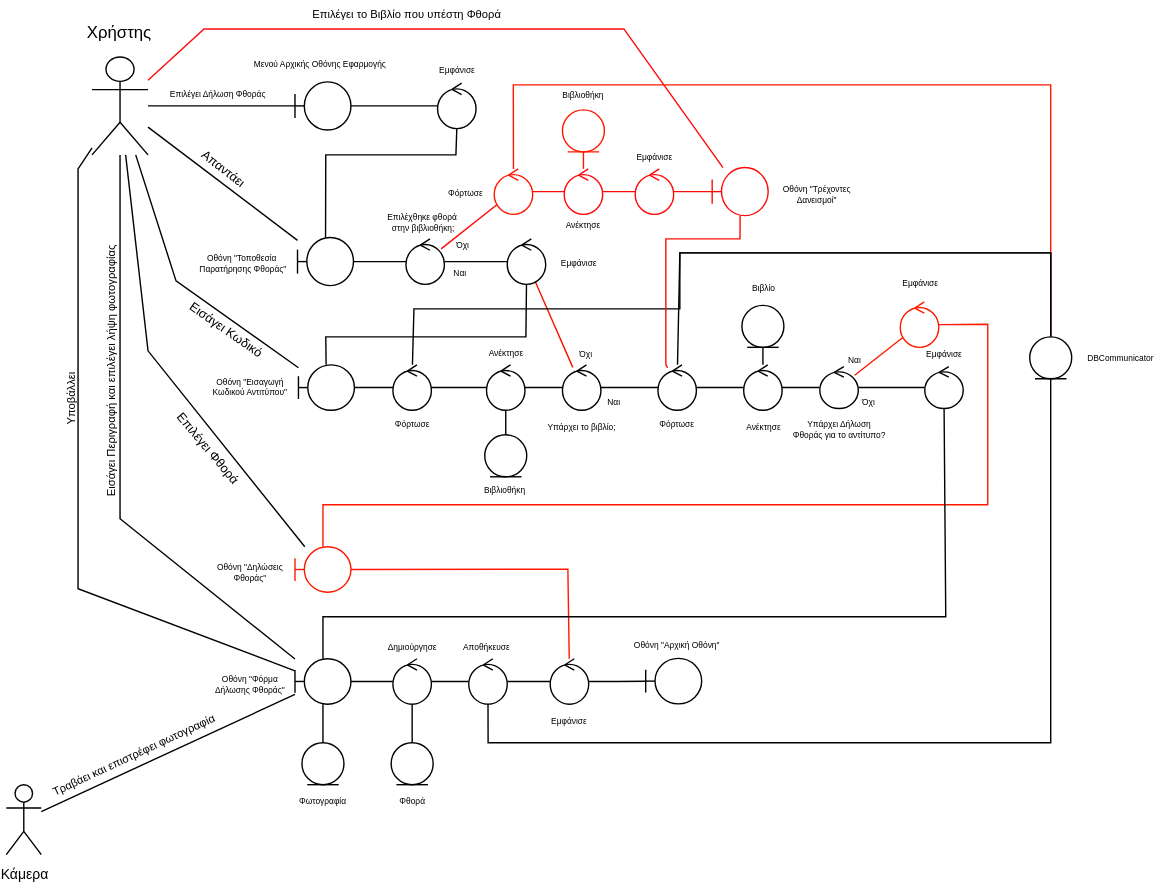
Above: 2nd Assignment/Robustness Diagrams/Robustness-Diagram-v0.1-Δήλωση Φθοράς Βιβλίου.svg in CallMeJasonYT/LibraVision (draw.io), before the change. Source tidied: cells renumbered, new cells last; positions are measured from the earlier drawing's top-left corner, leaving out a move shared by most shapes.
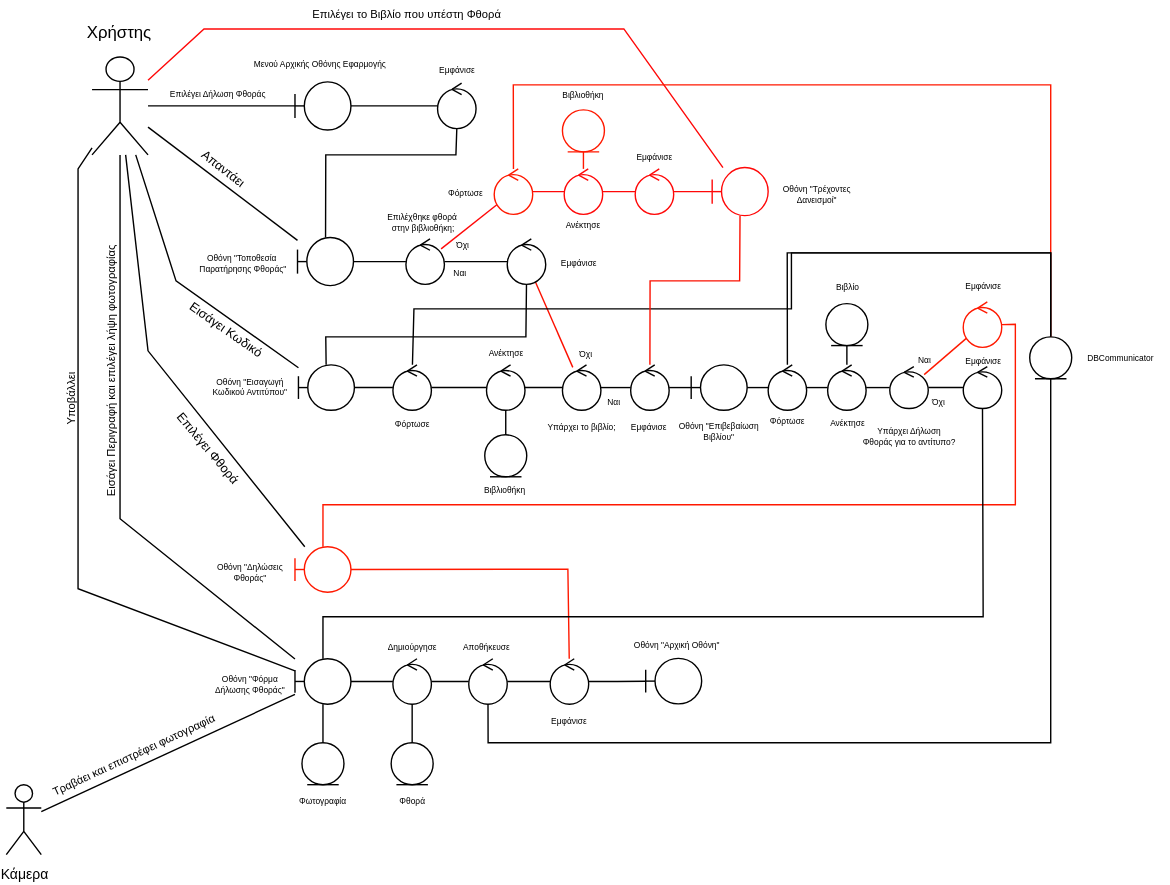
The same file after the commit.

Commit message:
Robustness-Diagram-v0.1-Δήλωση Φθοράς Βιβλίου

Diff of the diagram source:
```diff
@@ -167,7 +167,7 @@
       <mxGeometry x="463.1" y="100" width="50" height="20" as="geometry" />
     </mxCell>
     <mxCell id="52" value="&lt;font style=&quot;font-size: 6px;&quot;&gt;Εμφάνισε&lt;/font&gt;" style="text;html=1;align=center;verticalAlign=middle;strokeColor=none;fillColor=none;spacing=0;" parent="1" vertex="1">
-      <mxGeometry x="670" y="241.2" width="50" height="20" as="geometry" />
+      <mxGeometry x="697.5" y="246.2" width="50" height="20" as="geometry" />
     </mxCell>
     <mxCell id="53" style="ellipse;shape=umlControl;whiteSpace=wrap;html=1;fillColor=#FFFFFF;strokeColor=#FF0808;" parent="1" vertex="1">
       <mxGeometry x="423.6" y="120" width="27.5" height="32.5" as="geometry" />
@@ -214,31 +214,31 @@
       </mxGeometry>
     </mxCell>
     <mxCell id="66" style="ellipse;shape=umlControl;whiteSpace=wrap;html=1;" parent="1" vertex="1">
-      <mxGeometry x="490.6" y="260" width="27.5" height="32.5" as="geometry" />
+      <mxGeometry x="569.4" y="260" width="27.5" height="32.5" as="geometry" />
     </mxCell>
     <mxCell id="67" value="Φόρτωσε" style="text;html=1;align=center;verticalAlign=middle;strokeColor=none;fillColor=none;spacing=0;fontSize=6;" parent="1" vertex="1">
-      <mxGeometry x="484.4" y="292.5" width="40" height="20" as="geometry" />
+      <mxGeometry x="563.1" y="291.2" width="40" height="20" as="geometry" />
     </mxCell>
     <mxCell id="68" style="ellipse;shape=umlControl;whiteSpace=wrap;html=1;fillColor=#FFFFFF;strokeColor=#000000;" parent="1" vertex="1">
-      <mxGeometry x="551.9" y="260" width="27.5" height="32.5" as="geometry" />
+      <mxGeometry x="611.9" y="260" width="27.5" height="32.5" as="geometry" />
     </mxCell>
     <mxCell id="69" value="&lt;span style=&quot;font-size: 6px;&quot;&gt;Ανέκτησε&lt;/span&gt;" style="text;html=1;align=center;verticalAlign=middle;strokeColor=none;fillColor=none;spacing=0;" parent="1" vertex="1">
-      <mxGeometry x="545.6" y="292.5" width="40" height="20" as="geometry" />
+      <mxGeometry x="605.6" y="290" width="40" height="20" as="geometry" />
     </mxCell>
     <mxCell id="70" style="ellipse;shape=umlEntity;whiteSpace=wrap;html=1;strokeColor=#000000;" parent="1" vertex="1">
-      <mxGeometry x="550.6" y="217.5" width="30" height="30" as="geometry" />
+      <mxGeometry x="610.6" y="216.2" width="30" height="30" as="geometry" />
     </mxCell>
     <mxCell id="71" style="edgeStyle=none;rounded=0;jettySize=auto;html=1;strokeColor=#000000;endArrow=none;endFill=0;" parent="1" edge="1" source="68" target="70">
       <mxGeometry relative="1" as="geometry" />
     </mxCell>
     <mxCell id="72" value="Βιβλίο" style="text;html=1;align=center;verticalAlign=middle;strokeColor=none;fillColor=none;fontSize=6;" parent="1" vertex="1">
-      <mxGeometry x="545.6" y="196.2" width="40" height="20" as="geometry" />
+      <mxGeometry x="605.6" y="195" width="40" height="20" as="geometry" />
     </mxCell>
     <mxCell id="73" style="edgeStyle=none;rounded=0;jettySize=auto;html=1;endArrow=none;endFill=0;" parent="1" edge="1" source="68" target="66">
       <mxGeometry relative="1" as="geometry" />
     </mxCell>
     <mxCell id="74" value="&lt;span style=&quot;font-size: 6px;&quot;&gt;Υπάρχει Δήλωση&lt;/span&gt;&lt;div style=&quot;line-height: 0%;&quot;&gt;&lt;span style=&quot;font-size: 6px;&quot;&gt;Φθοράς για το αντίτυπο?&lt;/span&gt;&lt;/div&gt;" style="text;html=1;align=center;verticalAlign=middle;strokeColor=none;fillColor=none;spacing=0;" parent="1" vertex="1">
-      <mxGeometry x="575" y="287.5" width="90" height="30" as="geometry" />
+      <mxGeometry x="625" y="292.5" width="90" height="30" as="geometry" />
     </mxCell>
     <mxCell id="75" style="edgeStyle=none;rounded=0;jettySize=auto;html=1;strokeColor=#FF1900;endArrow=none;endFill=0;" parent="1" edge="1" source="86" target="27">
       <mxGeometry relative="1" as="geometry">
@@ -265,9 +265,6 @@
     <mxCell id="81" value="&lt;font style=&quot;font-size: 6px;&quot;&gt;Εμφάνισε&lt;/font&gt;" style="text;html=1;align=center;verticalAlign=middle;strokeColor=none;fillColor=none;spacing=0;" parent="1" vertex="1">
       <mxGeometry x="408.6" y="176.2" width="50" height="20" as="geometry" />
     </mxCell>
-    <mxCell id="82" style="edgeStyle=none;rounded=0;jettySize=auto;html=1;endArrow=none;endFill=0;" parent="1" edge="1" source="18" target="66">
-      <mxGeometry relative="1" as="geometry" />
-    </mxCell>
     <mxCell id="83" style="edgeStyle=none;rounded=0;jettySize=auto;html=1;endArrow=none;endFill=0;" parent="1" edge="1" source="90" target="68">
       <mxGeometry relative="1" as="geometry" />
     </mxCell>
@@ -284,23 +281,23 @@
       <mxGeometry x="163.7" y="390" width="70" height="30" as="geometry" />
     </mxCell>
     <mxCell id="88" value="&lt;font style=&quot;font-size: 6px;&quot;&gt;Εμφάνισε&lt;/font&gt;" style="text;html=1;align=center;verticalAlign=middle;strokeColor=none;fillColor=none;" parent="1" vertex="1">
-      <mxGeometry x="652.5" y="185" width="50" height="30" as="geometry" />
+      <mxGeometry x="697.5" y="187.5" width="50" height="30" as="geometry" />
     </mxCell>
     <mxCell id="89" style="ellipse;shape=umlControl;whiteSpace=wrap;html=1;strokeColor=#FF1900;" parent="1" vertex="1">
-      <mxGeometry x="663.8" y="215" width="27.5" height="32.5" as="geometry" />
+      <mxGeometry x="708.8" y="215" width="27.5" height="32.5" as="geometry" />
     </mxCell>
     <mxCell id="90" style="ellipse;shape=umlControl;whiteSpace=wrap;html=1;" parent="1" vertex="1">
-      <mxGeometry x="606.3" y="261.2" width="27.5" height="30" as="geometry" />
+      <mxGeometry x="656.3" y="261.2" width="27.5" height="30" as="geometry" />
     </mxCell>
     <mxCell id="91" style="ellipse;shape=umlControl;whiteSpace=wrap;html=1;" parent="1" vertex="1">
-      <mxGeometry x="681.3" y="261.2" width="27.5" height="30" as="geometry" />
+      <mxGeometry x="708.8" y="261.2" width="27.5" height="30" as="geometry" />
     </mxCell>
     <mxCell id="92" style="edgeStyle=none;rounded=0;jettySize=auto;html=1;endArrow=none;endFill=0;strokeColor=#FF1900;" parent="1" edge="1" source="86" target="89">
       <mxGeometry relative="1" as="geometry">
         <Array as="points">
           <mxPoint x="251.3" y="360" />
-          <mxPoint x="726.3" y="360" />
-          <mxPoint x="726.3" y="231" />
+          <mxPoint x="746" y="360" />
+          <mxPoint x="746" y="231" />
         </Array>
       </mxGeometry>
     </mxCell>
@@ -317,7 +314,7 @@
     <mxCell id="95" style="edgeStyle=none;rounded=0;jettySize=auto;html=1;endArrow=none;endFill=0;" parent="1" edge="1" source="91" target="96">
       <mxGeometry relative="1" as="geometry">
         <Array as="points">
-          <mxPoint x="696.3" y="440" />
+          <mxPoint x="723" y="440" />
           <mxPoint x="251.3" y="440" />
         </Array>
       </mxGeometry>
@@ -350,10 +347,10 @@
       <mxGeometry x="41.8" y="275" width="60" height="20" as="geometry" />
     </mxCell>
     <mxCell id="102" value="&lt;font style=&quot;font-size: 6px;&quot;&gt;Ναι&lt;/font&gt;" style="text;html=1;align=center;verticalAlign=middle;strokeColor=none;fillColor=none;" parent="1" vertex="1">
-      <mxGeometry x="616.3" y="240" width="30" height="30" as="geometry" />
+      <mxGeometry x="666.3" y="240" width="30" height="30" as="geometry" />
     </mxCell>
     <mxCell id="103" value="&lt;font style=&quot;font-size: 6px;&quot;&gt;Όχι&lt;/font&gt;" style="text;html=1;align=center;verticalAlign=middle;strokeColor=none;fillColor=none;" parent="1" vertex="1">
-      <mxGeometry x="626.3" y="270" width="30" height="30" as="geometry" />
+      <mxGeometry x="676.3" y="270" width="30" height="30" as="geometry" />
     </mxCell>
     <mxCell id="104" style="ellipse;shape=umlControl;whiteSpace=wrap;html=1;" parent="1" vertex="1">
       <mxGeometry x="301.2" y="470" width="27.5" height="32.5" as="geometry" />
@@ -400,8 +397,8 @@
       <mxGeometry relative="1" as="geometry">
         <Array as="points">
           <mxPoint x="771.3" y="180" />
-          <mxPoint x="506.3" y="180" />
-          <mxPoint x="506.3" y="220" />
+          <mxPoint x="586" y="180" />
+          <mxPoint x="586" y="220" />
           <mxPoint x="316.3" y="220" />
         </Array>
       </mxGeometry>
@@ -409,7 +406,7 @@
     <mxCell id="117" style="edgeStyle=none;rounded=0;jettySize=auto;html=1;strokeColor=#000000;endArrow=none;endFill=0;" parent="1" edge="1" source="66" target="113">
       <mxGeometry relative="1" as="geometry">
         <Array as="points">
-          <mxPoint x="506.3" y="180" />
+          <mxPoint x="583" y="180" />
           <mxPoint x="771.3" y="180" />
         </Array>
       </mxGeometry>
@@ -422,12 +419,11 @@
         </Array>
       </mxGeometry>
     </mxCell>
-    <mxCell id="119" style="edgeStyle=none;rounded=0;jettySize=auto;html=1;fillColor=#f8cecc;strokeColor=#FC1000;endArrow=none;endFill=0;" parent="1" edge="1" source="66" target="36">
+    <mxCell id="119" style="edgeStyle=none;rounded=0;jettySize=auto;html=1;fillColor=#f8cecc;strokeColor=#FC1000;endArrow=none;endFill=0;" parent="1" edge="1" source="122" target="36">
       <mxGeometry relative="1" as="geometry">
         <Array as="points">
-          <mxPoint x="496.3" y="260" />
-          <mxPoint x="496.3" y="170" />
-          <mxPoint x="549.3" y="170" />
+          <mxPoint x="485" y="200" />
+          <mxPoint x="549" y="200" />
         </Array>
       </mxGeometry>
     </mxCell>
@@ -437,5 +433,26 @@
     <mxCell id="121" value="Χρήστης" style="text;html=1;align=center;verticalAlign=middle;whiteSpace=wrap;rounded=0;" parent="1" vertex="1">
       <mxGeometry x="76.3" y="7.8" width="60" height="30" as="geometry" />
     </mxCell>
+    <mxCell id="122" style="ellipse;shape=umlControl;whiteSpace=wrap;html=1;" parent="1" vertex="1">
+      <mxGeometry x="471.1" y="260" width="27.5" height="32.5" as="geometry" />
+    </mxCell>
+    <mxCell id="123" style="edgeStyle=none;rounded=0;jettySize=auto;html=1;endArrow=none;endFill=0;" parent="1" edge="1" source="18" target="122">
+      <mxGeometry relative="1" as="geometry" />
+    </mxCell>
+    <mxCell id="124" value="&lt;font style=&quot;font-size: 6px;&quot;&gt;Εμφάνισε&lt;/font&gt;" style="text;html=1;align=center;verticalAlign=middle;strokeColor=none;fillColor=none;spacing=0;" parent="1" vertex="1">
+      <mxGeometry x="458.6" y="292.5" width="50" height="20" as="geometry" />
+    </mxCell>
+    <mxCell id="125" style="edgeStyle=none;rounded=0;jettySize=auto;html=1;endArrow=none;endFill=0;" parent="1" edge="1" source="126" target="122">
+      <mxGeometry relative="1" as="geometry" />
+    </mxCell>
+    <mxCell id="126" style="shape=umlBoundary;whiteSpace=wrap;html=1;fontSize=10;" parent="1" vertex="1">
+      <mxGeometry x="514.4" y="260" width="40" height="32.5" as="geometry" />
+    </mxCell>
+    <mxCell id="127" style="edgeStyle=none;rounded=0;jettySize=auto;html=1;endArrow=none;endFill=0;" parent="1" edge="1" source="66" target="126">
+      <mxGeometry relative="1" as="geometry" />
+    </mxCell>
+    <mxCell id="128" value="&lt;span style=&quot;font-size: 6px;&quot;&gt;Οθόνη &quot;Επιβεβαίωση&lt;/span&gt;&lt;div&gt;&lt;span style=&quot;background-color: initial;&quot;&gt;Βιβλίου&quot;&lt;/span&gt;&lt;/div&gt;" style="text;html=1;align=center;verticalAlign=middle;strokeColor=none;fillColor=none;fontSize=6;spacing=0;" parent="1" vertex="1">
+      <mxGeometry x="494.4" y="297.5" width="80" height="20" as="geometry" />
+    </mxCell>
   </root>
 </mxGraphModel>
```
